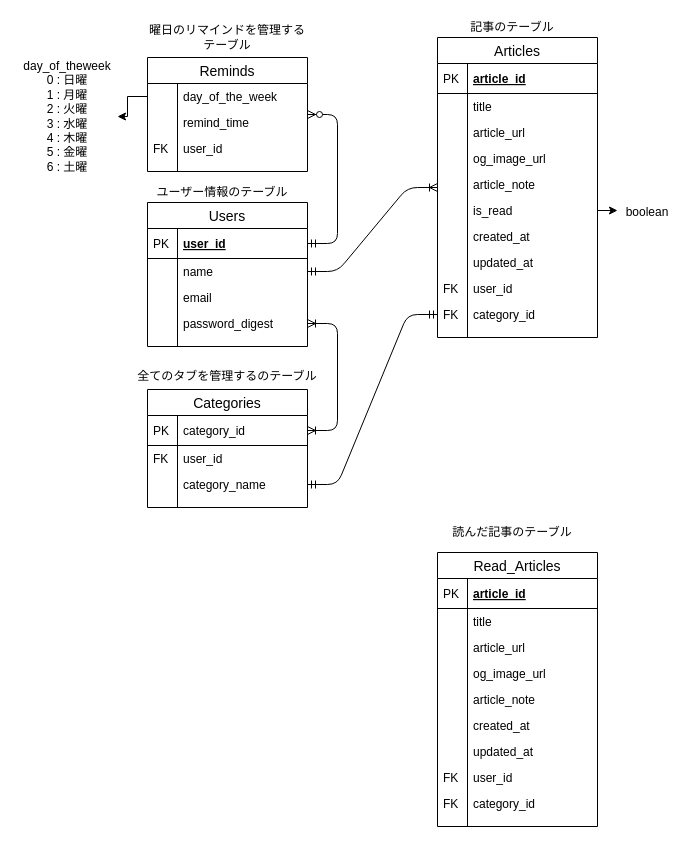
Yosuke-Aramaki/gx_app_3 keeps this draw.io diagram as rails_api/ERD.drawio. Above is the earlier version. Source tidied: cells renumbered, new cells numbered last; positions are measured from the earlier drawing's top-left corner, leaving out a move shared by most shapes. Both pictures are drawn from the tidied source at 100%, with x=0, y=0 at pixel (17, 17).
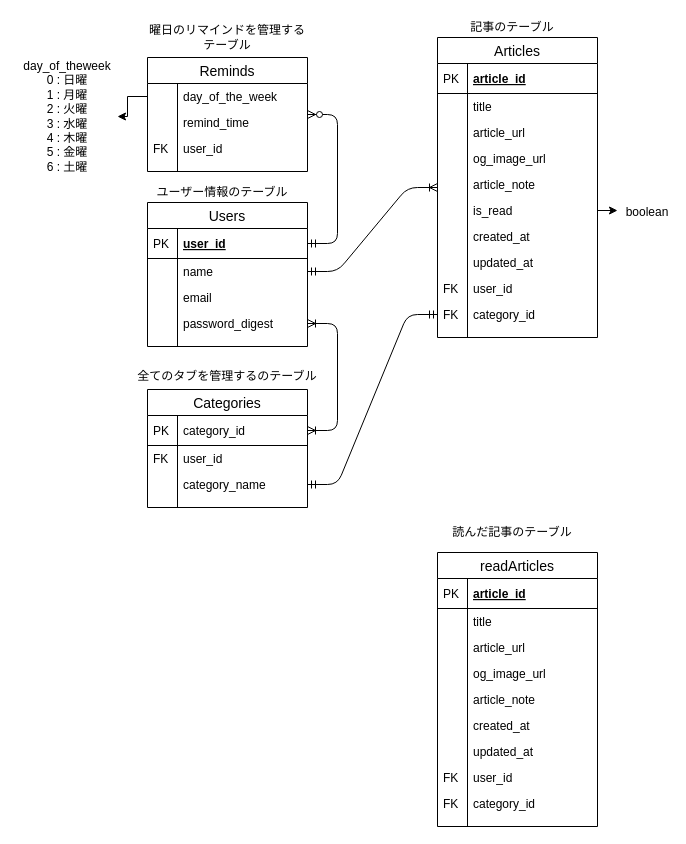
After the change.

Change to the diagram source:
```diff
@@
-    <mxCell id="67" value="Read_Articles" style="swimlane;fontStyle=0;horizontal=1;startSize=26;align=center;fontSize=14;" parent="1" vertex="1">
+    <mxCell id="67" value="readArticles" style="swimlane;fontStyle=0;horizontal=1;startSize=26;align=center;fontSize=14;" parent="1" vertex="1">
       <mxGeometry x="420" y="535" width="160" height="274" as="geometry" />
     </mxCell>
```
